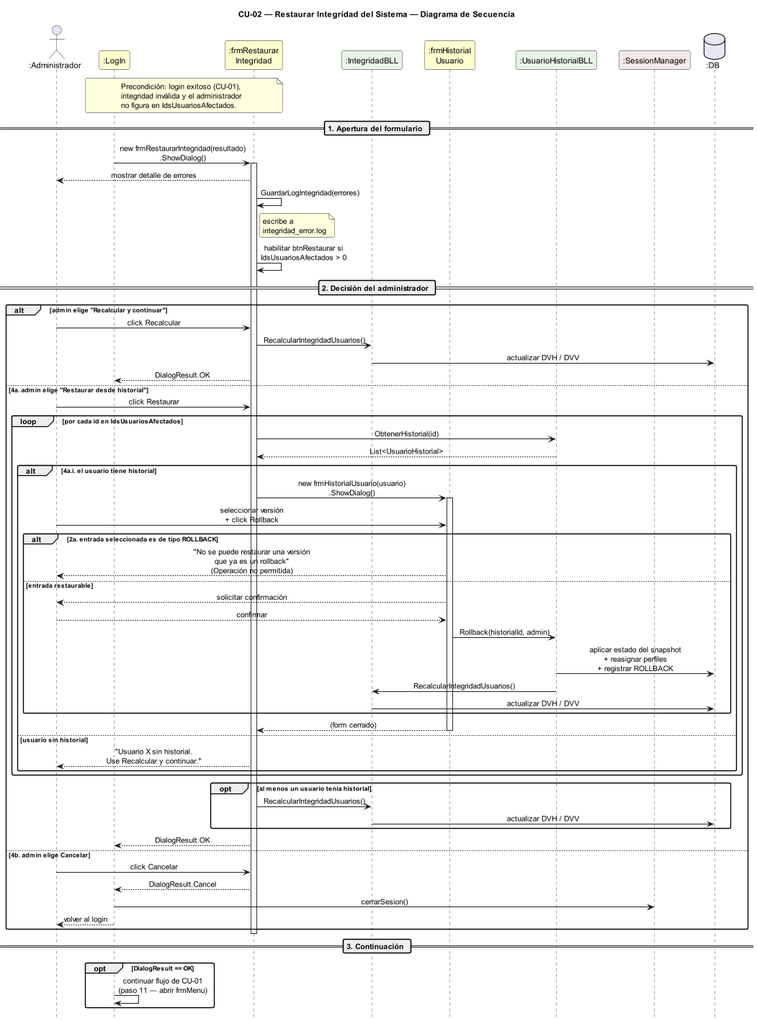
This is DIAGRAMAS/DiagramaSecuencia_CU02_RestaurarIntegridad.png from Urrels/ingenieria_software, a PlantUML export, as it was before one commit.
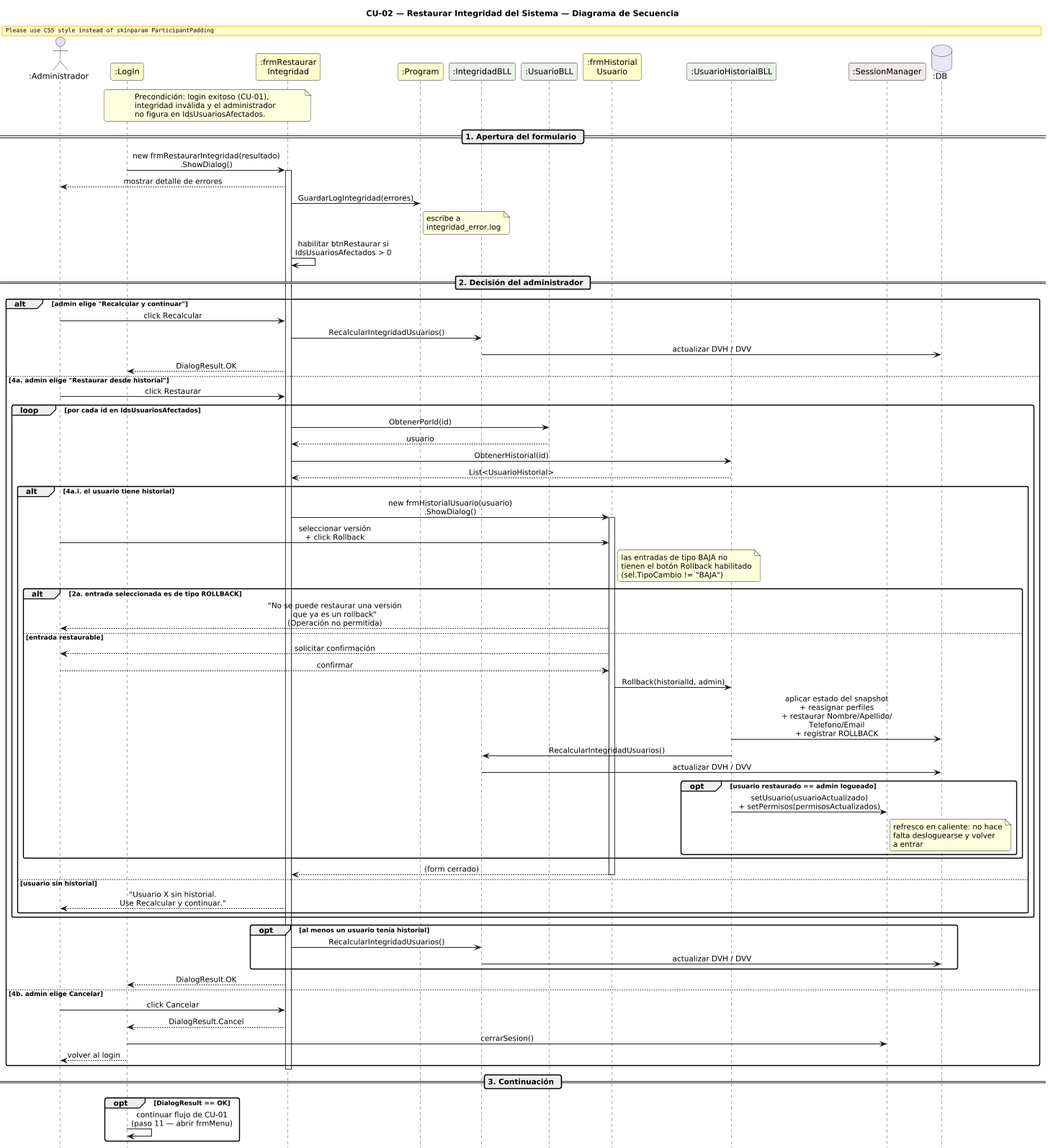
Above is the later version.

Change to the diagram source:
```diff
@@ -13,7 +13,9 @@
 actor       ":Administrador"              as A
 participant ":LogIn"                      as L  #FEFECE
 participant ":frmRestaurar\nIntegridad"   as FR #FEFECE
+participant ":Program"                    as P  #FEFECE
 participant ":IntegridadBLL"              as IB #E8F4E8
+participant ":UsuarioBLL"                 as UB #E8F4E8
 participant ":frmHistorial\nUsuario"      as FH #FEFECE
 participant ":UsuarioHistorialBLL"        as UH #E8F4E8
 participant ":SessionManager"             as SM #F4E8E8
@@ -31,8 +33,8 @@
 activate FR
 
 FR --> A : mostrar detalle de errores
-FR -> FR : GuardarLogIntegridad(errores)
-note right of FR
+FR -> P : GuardarLogIntegridad(errores)
+note right of P
   escribe a
   integridad_error.log
 end note
@@ -49,6 +51,9 @@
 else 4a. admin elige "Restaurar desde historial"
   A -> FR : click Restaurar
   loop por cada id en IdsUsuariosAfectados
+    FR -> UB : ObtenerPorId(id)
+    UB --> FR : usuario
+
     FR -> UH : ObtenerHistorial(id)
     UH --> FR : List<UsuarioHistorial>
 
@@ -56,6 +61,11 @@
       FR -> FH : new frmHistorialUsuario(usuario)\n.ShowDialog()
       activate FH
       A -> FH : seleccionar versión\n+ click Rollback
+      note right of FH
+        las entradas de tipo BAJA no
+        tienen el botón Rollback habilitado
+        (sel.TipoCambio != "BAJA")
+      end note
 
       alt 2a. entrada seleccionada es de tipo ROLLBACK
         FH --> A : "No se puede restaurar una versión\nque ya es un rollback"\n(Operación no permitida)
@@ -63,9 +73,17 @@
         FH --> A : solicitar confirmación
         A --> FH : confirmar
         FH -> UH : Rollback(historialId, admin)
-        UH -> DB : aplicar estado del snapshot\n+ reasignar perfiles\n+ registrar ROLLBACK
+        UH -> DB : aplicar estado del snapshot\n+ reasignar perfiles\n+ restaurar Nombre/Apellido/\nTelefono/Email\n+ registrar ROLLBACK
         UH -> IB : RecalcularIntegridadUsuarios()
         IB -> DB : actualizar DVH / DVV
+        opt usuario restaurado == admin logueado
+          UH -> SM : setUsuario(usuarioActualizado)\n+ setPermisos(permisosActualizados)
+          note right of SM
+            refresco en caliente: no hace
+            falta desloguearse y volver
+            a entrar
+          end note
+        end
       end
       FH --> FR : (form cerrado)
       deactivate FH
```
